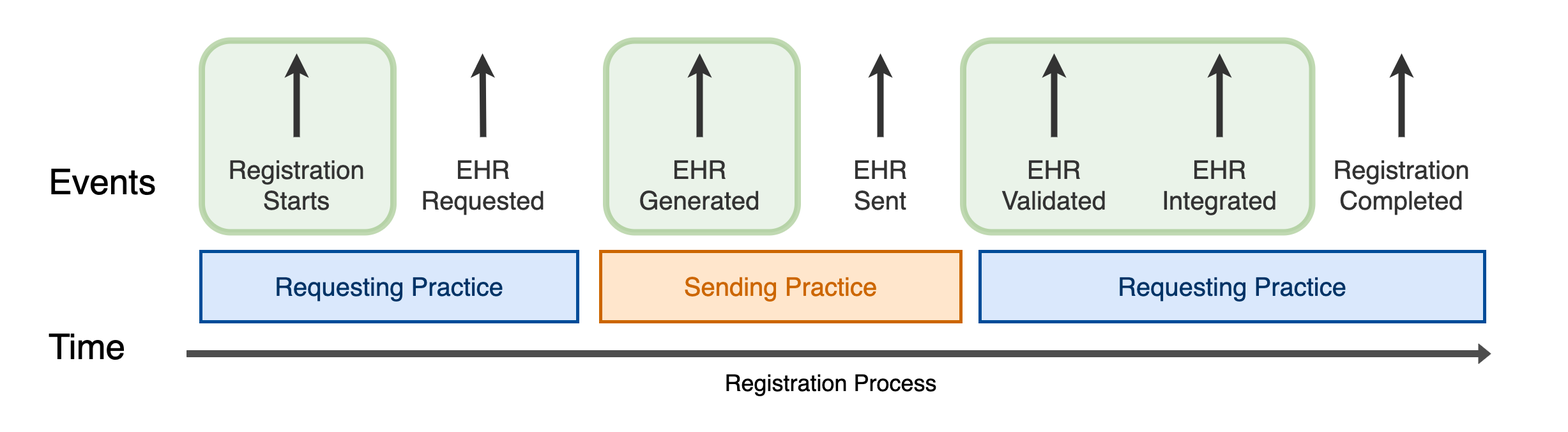
Above: static/RFC0001_gp2gp_mi/scope_example.png in nhsconnect/prm-external-developer-website (draw.io), before the change. Source tidied: cells renumbered, new cells last; positions are measured from the earlier drawing's top-left corner, leaving out a move shared by most shapes.
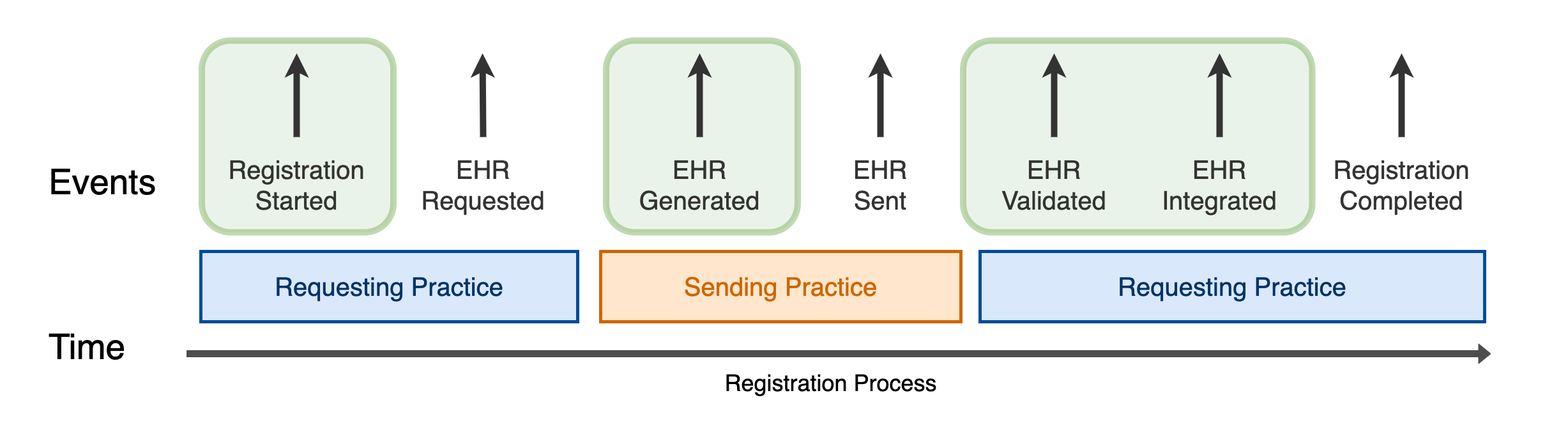
After the change.

Commit message:
PRMT-1382 [HZ/MP] Renamed Registration Starts to Registration Started - Updated the Scope paragraph

What changed in the source:
```diff
@@ -42,7 +42,7 @@
     <mxCell id="13" value="&lt;font style=&quot;font-size: 40px&quot;&gt;Sending Practice&lt;/font&gt;" style="rounded=0;whiteSpace=wrap;html=1;fillColor=#ffe6cc;strokeWidth=5;fontColor=#CC6600;strokeColor=#CC6600;" parent="1" vertex="1">
       <mxGeometry x="938" y="391" width="564" height="110" as="geometry" />
     </mxCell>
-    <mxCell id="14" value="Registration Starts" style="text;html=1;strokeColor=none;fillColor=none;align=center;verticalAlign=middle;whiteSpace=wrap;rounded=0;shadow=1;fontColor=#333333;fontSize=40;" parent="1" vertex="1">
+    <mxCell id="14" value="Registration Started" style="text;html=1;strokeColor=none;fillColor=none;align=center;verticalAlign=middle;whiteSpace=wrap;rounded=0;shadow=1;fontColor=#333333;fontSize=40;" parent="1" vertex="1">
       <mxGeometry x="312" y="212" width="300" height="150" as="geometry" />
     </mxCell>
     <mxCell id="15" value="EHR Requested" style="text;html=1;strokeColor=none;fillColor=none;align=center;verticalAlign=middle;whiteSpace=wrap;rounded=0;shadow=1;fontColor=#333333;fontSize=40;" parent="1" vertex="1">
```
